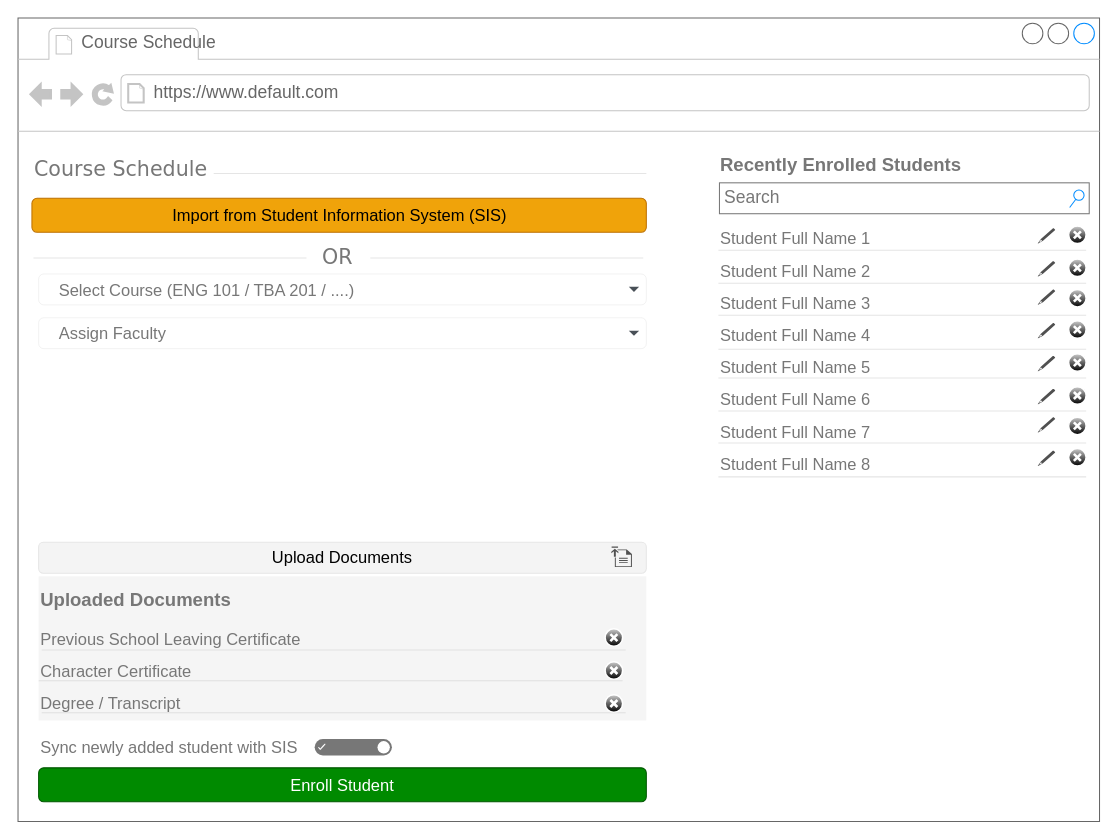
The draw.io diagram page "Course Schedule" (6 of 6) of 02 - LMS-SysCollege/04 - UI_Designs/WireFrame.drawio in ZohaibWaqarMalik/Technical-Business-Analyst-Projects, before the edit. Source tidied: cells renumbered, new cells numbered last; positions are measured from the earlier drawing's top-left corner, leaving out a move shared by most shapes. Both pictures are drawn from the tidied source at 103%, with x=0, y=0 at pixel (18, 18).
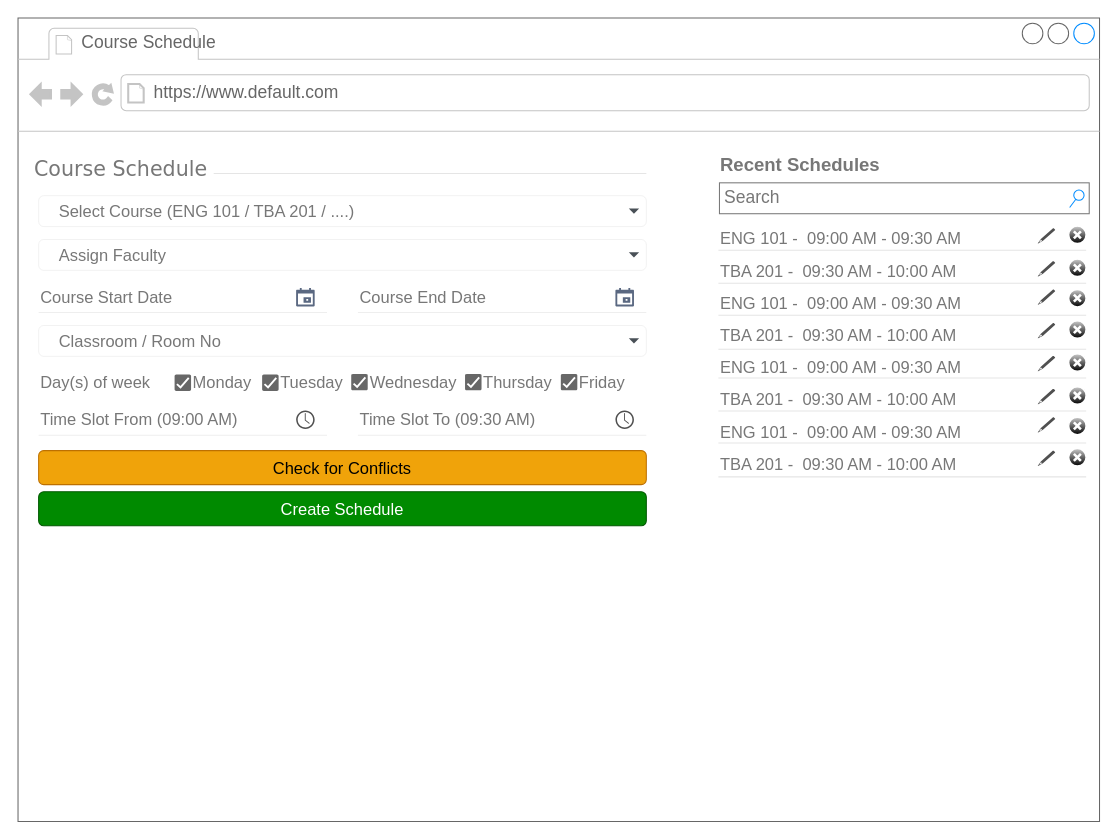
After the change.

Commit message (it also covers changes not shown here):
Update Wireframe Course Schedule

Unchanged cells that the change refers to:
```xml
<mxCell id="2" style="strokeWidth=1;shadow=0;dashed=0;align=center;html=1;shape=mxgraph.mockup.containers.browserWindow;rSize=0;strokeColor=#666666;mainText=,;rounded=0;labelBackgroundColor=none;fontFamily=Verdana;fontSize=12;" parent="1" vertex="1">
  <mxGeometry width="1050" height="780" as="geometry" />
</mxCell>
```

Diff of the diagram source:
```diff
@@
     <mxCell id="7" value="&lt;font style=&quot;font-size: 16px;&quot;&gt;Select Course (ENG 101 / TBA 201 / ....)&lt;/font&gt;" style="html=1;shadow=0;dashed=0;shape=mxgraph.bootstrap.rrect;rSize=5;strokeColor=#777777;strokeWidth=0;fillColor=#ffffff;fontColor=#777777;whiteSpace=wrap;align=left;verticalAlign=middle;fontStyle=0;fontSize=18;spacing=20;" parent="2" vertex="1">
-      <mxGeometry x="20" y="248.5" width="590" height="30" as="geometry" />
+      <mxGeometry x="20" y="172.5" width="590" height="30" as="geometry" />
     </mxCell>
@@
     <mxCell id="9" value="&lt;font style=&quot;font-size: 16px;&quot;&gt;Assign Faculty&lt;/font&gt;" style="html=1;shadow=0;dashed=0;shape=mxgraph.bootstrap.rrect;rSize=5;strokeColor=#777777;strokeWidth=0;fillColor=#ffffff;fontColor=#777777;whiteSpace=wrap;align=left;verticalAlign=middle;fontStyle=0;fontSize=18;spacing=20;" parent="2" vertex="1">
-      <mxGeometry x="20" y="291" width="590" height="30" as="geometry" />
+      <mxGeometry x="20" y="215" width="590" height="30" as="geometry" />
     </mxCell>
@@
-    <mxCell id="11" value="&lt;h1 style=&quot;margin-top: 0px;&quot;&gt;&lt;font style=&quot;font-size: 18px;&quot;&gt;Recently Enrolled Students&lt;/font&gt;&lt;/h1&gt;&lt;div&gt;&lt;font style=&quot;font-size: 18px;&quot;&gt;&lt;br&gt;&lt;/font&gt;&lt;/div&gt;&lt;p&gt;&lt;font style=&quot;font-size: 16px;&quot;&gt;&lt;span style=&quot;background-color: transparent; color: light-dark(rgb(119, 119, 119), rgb(135, 135, 135));&quot;&gt;Student Full Name 1&lt;/span&gt;&lt;/font&gt;&lt;/p&gt;&lt;p&gt;&lt;font style=&quot;font-size: 16px;&quot;&gt;&lt;span style=&quot;background-color: transparent; color: light-dark(rgb(119, 119, 119), rgb(135, 135, 135));&quot;&gt;Student Full Name&lt;/span&gt;&lt;span style=&quot;background-color: transparent; color: light-dark(rgb(119, 119, 119), rgb(135, 135, 135));&quot;&gt;&amp;nbsp;2&lt;/span&gt;&lt;/font&gt;&lt;/p&gt;&lt;p&gt;&lt;font style=&quot;font-size: 16px;&quot;&gt;&lt;span style=&quot;background-color: transparent; color: light-dark(rgb(119, 119, 119), rgb(135, 135, 135));&quot;&gt;Student Full Name&lt;/span&gt;&lt;span style=&quot;background-color: transparent; color: light-dark(rgb(119, 119, 119), rgb(135, 135, 135));&quot;&gt;&amp;nbsp;3&lt;/span&gt;&lt;br&gt;&lt;/font&gt;&lt;/p&gt;&lt;p&gt;&lt;font style=&quot;font-size: 16px;&quot;&gt;&lt;span style=&quot;background-color: transparent; color: light-dark(rgb(119, 119, 119), rgb(135, 135, 135));&quot;&gt;Student Full Name&lt;/span&gt;&lt;span style=&quot;background-color: transparent; color: light-dark(rgb(119, 119, 119), rgb(135, 135, 135));&quot;&gt;&amp;nbsp;4&lt;/span&gt;&lt;/font&gt;&lt;/p&gt;&lt;p&gt;&lt;font style=&quot;font-size: 16px;&quot;&gt;Student Full Name 5&lt;/font&gt;&lt;/p&gt;&lt;p&gt;&lt;font style=&quot;font-size: 16px;&quot;&gt;&lt;span style=&quot;background-color: transparent; color: light-dark(rgb(119, 119, 119), rgb(135, 135, 135));&quot;&gt;Student Full Name&lt;/span&gt;&lt;span style=&quot;background-color: transparent; color: light-dark(rgb(119, 119, 119), rgb(135, 135, 135));&quot;&gt;&amp;nbsp;6&lt;/span&gt;&lt;/font&gt;&lt;/p&gt;&lt;p&gt;&lt;font style=&quot;font-size: 16px;&quot;&gt;&lt;span style=&quot;background-color: transparent; color: light-dark(rgb(119, 119, 119), rgb(135, 135, 135));&quot;&gt;Student Full Name&lt;/span&gt;&lt;span style=&quot;background-color: transparent; color: light-dark(rgb(119, 119, 119), rgb(135, 135, 135));&quot;&gt;&amp;nbsp;7&lt;/span&gt;&lt;br&gt;&lt;/font&gt;&lt;/p&gt;&lt;p&gt;&lt;font style=&quot;font-size: 16px;&quot;&gt;&lt;/font&gt;&lt;/p&gt;&lt;p&gt;&lt;font style=&quot;font-size: 16px;&quot;&gt;&lt;span style=&quot;background-color: transparent; color: light-dark(rgb(119, 119, 119), rgb(135, 135, 135));&quot;&gt;Student Full Name&lt;/span&gt;&lt;span style=&quot;background-color: transparent; color: light-dark(rgb(119, 119, 119), rgb(135, 135, 135));&quot;&gt;&amp;nbsp;8&lt;/span&gt;&lt;/font&gt;&lt;/p&gt;&lt;p&gt;&lt;font style=&quot;font-size: 16px;&quot;&gt;&lt;span style=&quot;background-color: transparent; color: light-dark(rgb(119, 119, 119), rgb(135, 135, 135));&quot;&gt;&lt;br&gt;&lt;/span&gt;&lt;/font&gt;&lt;/p&gt;" style="text;html=1;whiteSpace=wrap;overflow=hidden;rounded=0;fontColor=#777777;" parent="2" vertex="1">
+    <mxCell id="11" value="&lt;h1 style=&quot;margin-top: 0px;&quot;&gt;&lt;font style=&quot;font-size: 18px;&quot;&gt;Recent Schedules&lt;/font&gt;&lt;/h1&gt;&lt;div&gt;&lt;font style=&quot;font-size: 18px;&quot;&gt;&lt;br&gt;&lt;/font&gt;&lt;/div&gt;&lt;p&gt;&lt;font style=&quot;font-size: 16px;&quot;&gt;&lt;span style=&quot;background-color: transparent; color: light-dark(rgb(119, 119, 119), rgb(135, 135, 135));&quot;&gt;ENG 101 -&amp;nbsp; 09:00 AM - 09:30 AM&lt;/span&gt;&lt;/font&gt;&lt;/p&gt;&lt;p&gt;&lt;span style=&quot;font-size: 16px;&quot;&gt;TBA 201 -&amp;nbsp; 09:30 AM - 10:00 AM&lt;/span&gt;&lt;/p&gt;&lt;p&gt;&lt;font style=&quot;font-size: 16px;&quot;&gt;&lt;/font&gt;&lt;/p&gt;&lt;p&gt;&lt;font style=&quot;font-size: 16px;&quot;&gt;ENG 101 -&amp;nbsp; 09:00 AM - 09:30 AM&lt;/font&gt;&lt;/p&gt;&lt;p&gt;&lt;span style=&quot;font-size: 16px;&quot;&gt;TBA 201 -&amp;nbsp; 09:30 AM - 10:00 AM&lt;/span&gt;&lt;/p&gt;&lt;p&gt;&lt;font style=&quot;font-size: 16px;&quot;&gt;ENG 101 -&amp;nbsp; 09:00 AM - 09:30 AM&lt;/font&gt;&lt;/p&gt;&lt;p&gt;&lt;span style=&quot;font-size: 16px;&quot;&gt;TBA 201 -&amp;nbsp; 09:30 AM - 10:00 AM&lt;/span&gt;&lt;/p&gt;&lt;p&gt;&lt;font style=&quot;font-size: 16px;&quot;&gt;ENG 101 -&amp;nbsp; 09:00 AM - 09:30 AM&lt;/font&gt;&lt;/p&gt;&lt;p&gt;&lt;font style=&quot;font-size: 16px;&quot;&gt;&lt;/font&gt;&lt;/p&gt;&lt;p&gt;&lt;span style=&quot;font-size: 16px;&quot;&gt;TBA 201 -&amp;nbsp; 09:30 AM - 10:00 AM&lt;/span&gt;&lt;/p&gt;&lt;p&gt;&lt;font style=&quot;font-size: 16px;&quot;&gt;&lt;span style=&quot;background-color: transparent; color: light-dark(rgb(119, 119, 119), rgb(135, 135, 135));&quot;&gt;&lt;br&gt;&lt;/span&gt;&lt;/font&gt;&lt;/p&gt;" style="text;html=1;whiteSpace=wrap;overflow=hidden;rounded=0;fontColor=#777777;" parent="2" vertex="1">
       <mxGeometry x="680" y="120" width="360" height="650" as="geometry" />
     </mxCell>
@@
-    <mxCell id="24" value="&lt;font style=&quot;font-size: 16px;&quot;&gt;Upload Documents&lt;/font&gt;" style="rounded=1;html=1;shadow=0;dashed=0;whiteSpace=wrap;fontSize=10;fillColor=#F4F4F4;align=center;strokeColor=#E6E6E6;fontColor=#000000;" parent="2" vertex="1">
-      <mxGeometry x="20" y="509" width="590" height="30" as="geometry" />
-    </mxCell>
-    <mxCell id="25" value="&lt;font style=&quot;font-size: 16px;&quot;&gt;Import from Student Information System (SIS)&lt;/font&gt;" style="rounded=1;fillColor=#f0a30a;strokeColor=#BD7000;html=1;whiteSpace=wrap;fontColor=#000000;align=center;verticalAlign=middle;fontStyle=0;fontSize=12;sketch=0;" parent="2" vertex="1">
-      <mxGeometry x="13.5" y="175" width="596.5" height="33" as="geometry" />
+    <mxCell id="25" value="&lt;font style=&quot;font-size: 16px;&quot;&gt;Check for Conflicts&lt;/font&gt;" style="rounded=1;fillColor=#f0a30a;strokeColor=#BD7000;html=1;whiteSpace=wrap;fontColor=#000000;align=center;verticalAlign=middle;fontStyle=0;fontSize=12;sketch=0;" parent="2" vertex="1">
+      <mxGeometry x="20" y="420" width="590" height="33" as="geometry" />
     </mxCell>
-    <mxCell id="26" value="&lt;font style=&quot;font-size: 16px;&quot;&gt;Enroll Student&lt;/font&gt;" style="rounded=1;fillColor=#008a00;strokeColor=#005700;html=1;whiteSpace=wrap;fontColor=#ffffff;align=center;verticalAlign=middle;fontStyle=0;fontSize=12;sketch=0;" parent="2" vertex="1">
-      <mxGeometry x="20" y="728" width="590" height="33" as="geometry" />
+    <mxCell id="26" value="&lt;font style=&quot;font-size: 16px;&quot;&gt;Create Schedule&lt;/font&gt;" style="rounded=1;fillColor=#008a00;strokeColor=#005700;html=1;whiteSpace=wrap;fontColor=#ffffff;align=center;verticalAlign=middle;fontStyle=0;fontSize=12;sketch=0;" parent="2" vertex="1">
+      <mxGeometry x="20" y="460" width="590" height="33" as="geometry" />
     </mxCell>
-    <mxCell id="27" value="&lt;font style=&quot;font-size: 20px;&quot;&gt;OR&lt;/font&gt;" style="text;html=1;align=center;verticalAlign=middle;spacingTop=-4;fontSize=30;fontFamily=Verdana;fontColor=#777777;" parent="2" vertex="1">
-      <mxGeometry x="15" y="215" width="590" height="30" as="geometry" />
-    </mxCell>
-    <mxCell id="28" style="dashed=0;shape=line;strokeWidth=1;noLabel=1;strokeColor=#cccccc;opacity=50;fontSize=14;" parent="2" vertex="1">
-      <mxGeometry x="15" y="228" width="265" height="10" as="geometry" />
-    </mxCell>
-    <mxCell id="29" style="dashed=0;shape=line;strokeWidth=1;noLabel=1;strokeColor=#cccccc;opacity=50;fontSize=14;" parent="2" vertex="1">
-      <mxGeometry x="342" y="228" width="265" height="10" as="geometry" />
-    </mxCell>
-    <mxCell id="30" style="sketch=0;shadow=0;dashed=0;html=1;strokeColor=none;fillColor=#505050;labelPosition=center;verticalLabelPosition=bottom;verticalAlign=top;align=center;shape=mxgraph.office.concepts.upload;" parent="2" vertex="1">
-      <mxGeometry x="576" y="513" width="20" height="20" as="geometry" />
-    </mxCell>
-    <mxCell id="31" value="&lt;h1 style=&quot;margin-top: 0px;&quot;&gt;&lt;font style=&quot;font-size: 18px; color: rgb(119, 119, 119);&quot;&gt;Uploaded Documents&lt;/font&gt;&lt;/h1&gt;&lt;p&gt;&lt;font style=&quot;font-size: 16px; color: rgb(119, 119, 119);&quot;&gt;&lt;span style=&quot;background-color: transparent;&quot;&gt;Previous School Leaving Certificate&lt;/span&gt;&lt;/font&gt;&lt;/p&gt;&lt;p&gt;&lt;span style=&quot;font-size: 16px;&quot;&gt;&lt;font style=&quot;color: rgb(119, 119, 119);&quot;&gt;Character Certificate&lt;/font&gt;&lt;/span&gt;&lt;/p&gt;&lt;p&gt;&lt;span style=&quot;font-size: 16px;&quot;&gt;&lt;font style=&quot;color: rgb(119, 119, 119);&quot;&gt;Degree / Transcript&lt;/font&gt;&lt;/span&gt;&lt;/p&gt;" style="text;html=1;whiteSpace=wrap;overflow=hidden;rounded=0;fillColor=#f5f5f5;strokeColor=none;fontColor=#333333;" parent="2" vertex="1">
-      <mxGeometry x="20" y="542" width="590" height="140" as="geometry" />
-    </mxCell>
-    <mxCell id="32" style="dashed=0;shape=line;strokeWidth=1;noLabel=1;strokeColor=#cccccc;opacity=50;fontSize=14;" parent="2" vertex="1">
-      <mxGeometry x="23" y="613" width="567" height="1" as="geometry" />
-    </mxCell>
-    <mxCell id="33" style="dashed=0;shape=line;strokeWidth=1;noLabel=1;strokeColor=#cccccc;opacity=50;fontSize=14;" parent="2" vertex="1">
-      <mxGeometry x="20" y="643" width="567" height="1" as="geometry" />
-    </mxCell>
-    <mxCell id="34" style="dashed=0;shape=line;strokeWidth=1;noLabel=1;strokeColor=#cccccc;opacity=50;fontSize=14;" parent="2" vertex="1">
-      <mxGeometry x="23" y="674" width="567" height="1" as="geometry" />
-    </mxCell>
-    <mxCell id="35" style="verticalLabelPosition=bottom;verticalAlign=top;html=1;shadow=0;dashed=0;strokeWidth=1;shape=mxgraph.ios.iDeleteApp;fillColor=#cccccc;fillColor2=#000000;strokeColor=#ffffff;sketch=0;" parent="2" vertex="1">
-      <mxGeometry x="570" y="593" width="17" height="17" as="geometry" />
-    </mxCell>
-    <mxCell id="36" style="verticalLabelPosition=bottom;verticalAlign=top;html=1;shadow=0;dashed=0;strokeWidth=1;shape=mxgraph.ios.iDeleteApp;fillColor=#cccccc;fillColor2=#000000;strokeColor=#ffffff;sketch=0;" parent="2" vertex="1">
-      <mxGeometry x="570" y="625" width="17" height="17" as="geometry" />
-    </mxCell>
-    <mxCell id="37" style="verticalLabelPosition=bottom;verticalAlign=top;html=1;shadow=0;dashed=0;strokeWidth=1;shape=mxgraph.ios.iDeleteApp;fillColor=#cccccc;fillColor2=#000000;strokeColor=#ffffff;sketch=0;" parent="2" vertex="1">
-      <mxGeometry x="570" y="657" width="17" height="17" as="geometry" />
-    </mxCell>
@@
-    <mxCell id="51" style="fillColor=#777777;strokeColor=none;rounded=1;arcSize=50;sketch=0;hachureGap=4;fontFamily=Architects Daughter;fontSize=20;" parent="2" vertex="1">
-      <mxGeometry x="288" y="700" width="75" height="16" as="geometry" />
-    </mxCell>
-    <mxCell id="52" style="shape=ellipse;strokeColor=none;fillColor=#ffffff;sketch=0;hachureGap=4;fontFamily=Architects Daughter;fontSize=20;" parent="51" vertex="1">
-      <mxGeometry x="1" y="0.5" width="12" height="12" relative="1" as="geometry">
-        <mxPoint x="-14" y="-6" as="offset" />
-      </mxGeometry>
-    </mxCell>
-    <mxCell id="53" style="html=1;shadow=0;dashed=0;shape=mxgraph.atlassian.check;strokeColor=#ffffff;sketch=1;hachureGap=4;fontFamily=Architects Daughter;fontSize=20;" parent="51" vertex="1">
-      <mxGeometry y="0.5" width="6" height="5" relative="1" as="geometry">
-        <mxPoint x="4" y="-3" as="offset" />
-      </mxGeometry>
-    </mxCell>
-    <mxCell id="54" value="Sync newly added student with SIS" style="text;fontSize=16;verticalAlign=middle;strokeColor=none;fillColor=none;whiteSpace=wrap;html=1;fontColor=#777777;" parent="2" vertex="1">
-      <mxGeometry x="20" y="693" width="260" height="30" as="geometry" />
-    </mxCell>
+    <mxCell id="55" value="Course Start Date" style="text;fontSize=16;verticalAlign=middle;strokeColor=none;fillColor=none;whiteSpace=wrap;html=1;fontColor=#777777;" parent="2" vertex="1">
+      <mxGeometry x="20" y="256" width="280" height="30" as="geometry" />
+    </mxCell>
+    <mxCell id="56" style="dashed=0;shape=line;strokeWidth=1;noLabel=1;strokeColor=#eeeeee;" parent="2" vertex="1">
+      <mxGeometry x="20" y="281" width="280" height="10" as="geometry" />
+    </mxCell>
+    <mxCell id="57" style="shape=mxgraph.gmdl.calendar;fillColor=#5A6881;strokeColor=none;sketch=0;hachureGap=4;fontFamily=Architects Daughter;fontSize=20;" parent="2" vertex="1">
+      <mxGeometry x="270" y="262" width="18" height="18" as="geometry" />
+    </mxCell>
+    <mxCell id="58" value="Course End Date" style="text;fontSize=16;verticalAlign=middle;strokeColor=none;fillColor=none;whiteSpace=wrap;html=1;fontColor=#777777;" parent="2" vertex="1">
+      <mxGeometry x="330" y="256" width="280" height="30" as="geometry" />
+    </mxCell>
+    <mxCell id="59" style="dashed=0;shape=line;strokeWidth=1;noLabel=1;strokeColor=#eeeeee;" parent="2" vertex="1">
+      <mxGeometry x="330" y="281" width="280" height="10" as="geometry" />
+    </mxCell>
+    <mxCell id="60" style="shape=mxgraph.gmdl.calendar;fillColor=#5A6881;strokeColor=none;sketch=0;hachureGap=4;fontFamily=Architects Daughter;fontSize=20;" parent="2" vertex="1">
+      <mxGeometry x="580" y="262" width="18" height="18" as="geometry" />
+    </mxCell>
+    <mxCell id="61" value="Day(s) of week" style="text;fontSize=16;verticalAlign=middle;strokeColor=none;fillColor=none;whiteSpace=wrap;html=1;fontColor=#777777;" parent="2" vertex="1">
+      <mxGeometry x="20" y="338.5" width="120" height="30" as="geometry" />
+    </mxCell>
+    <mxCell id="62" value="&lt;font style=&quot;color: rgb(119, 119, 119);&quot; face=&quot;Helvetica&quot;&gt;Monday&lt;/font&gt;" style="dashed=0;labelPosition=right;align=left;shape=mxgraph.gmdl.checkbox;strokeColor=none;fillColor=#676767;strokeWidth=2;sketch=0;html=1;fontSize=16;" parent="2" vertex="1">
+      <mxGeometry x="152" y="346" width="16" height="16" as="geometry" />
+    </mxCell>
+    <mxCell id="63" value="&lt;font style=&quot;color: rgb(119, 119, 119);&quot; face=&quot;Helvetica&quot;&gt;Tuesday&lt;/font&gt;" style="dashed=0;labelPosition=right;align=left;shape=mxgraph.gmdl.checkbox;strokeColor=none;fillColor=#676767;strokeWidth=2;sketch=0;html=1;fontSize=16;" parent="2" vertex="1">
+      <mxGeometry x="237" y="346" width="16" height="16" as="geometry" />
+    </mxCell>
+    <mxCell id="64" value="&lt;font style=&quot;color: rgb(119, 119, 119);&quot; face=&quot;Helvetica&quot;&gt;Wednesday&lt;/font&gt;" style="dashed=0;labelPosition=right;align=left;shape=mxgraph.gmdl.checkbox;strokeColor=none;fillColor=#676767;strokeWidth=2;sketch=0;html=1;fontSize=16;" parent="2" vertex="1">
+      <mxGeometry x="323.5" y="345.5" width="16" height="16" as="geometry" />
+    </mxCell>
+    <mxCell id="65" value="&lt;font style=&quot;color: rgb(119, 119, 119);&quot; face=&quot;Helvetica&quot;&gt;Thursday&lt;/font&gt;" style="dashed=0;labelPosition=right;align=left;shape=mxgraph.gmdl.checkbox;strokeColor=none;fillColor=#676767;strokeWidth=2;sketch=0;html=1;fontSize=16;" parent="2" vertex="1">
+      <mxGeometry x="434" y="345.5" width="16" height="16" as="geometry" />
+    </mxCell>
+    <mxCell id="66" value="&lt;font style=&quot;color: rgb(119, 119, 119);&quot; face=&quot;Helvetica&quot;&gt;Friday&lt;/font&gt;" style="dashed=0;labelPosition=right;align=left;shape=mxgraph.gmdl.checkbox;strokeColor=none;fillColor=#676767;strokeWidth=2;sketch=0;html=1;fontSize=16;" parent="2" vertex="1">
+      <mxGeometry x="527" y="345.5" width="16" height="16" as="geometry" />
+    </mxCell>
+    <mxCell id="67" value="&lt;font style=&quot;font-size: 16px;&quot;&gt;Classroom / Room No&lt;/font&gt;" style="html=1;shadow=0;dashed=0;shape=mxgraph.bootstrap.rrect;rSize=5;strokeColor=#777777;strokeWidth=0;fillColor=#ffffff;fontColor=#777777;whiteSpace=wrap;align=left;verticalAlign=middle;fontStyle=0;fontSize=18;spacing=20;" parent="2" vertex="1">
+      <mxGeometry x="20" y="298.5" width="590" height="30" as="geometry" />
+    </mxCell>
+    <mxCell id="68" style="shape=triangle;direction=south;fillColor=#495057;strokeColor=none;perimeter=none;" parent="67" vertex="1">
+      <mxGeometry x="1" y="0.5" width="10" height="5" relative="1" as="geometry">
+        <mxPoint x="-17" y="-2.5" as="offset" />
+      </mxGeometry>
+    </mxCell>
+    <mxCell id="69" value="Time Slot From (09:00 AM)" style="text;fontSize=16;verticalAlign=middle;strokeColor=none;fillColor=none;whiteSpace=wrap;html=1;fontColor=#777777;" parent="2" vertex="1">
+      <mxGeometry x="20" y="375" width="280" height="30" as="geometry" />
+    </mxCell>
+    <mxCell id="70" style="dashed=0;shape=line;strokeWidth=1;noLabel=1;strokeColor=#eeeeee;" parent="2" vertex="1">
+      <mxGeometry x="20" y="400" width="280" height="10" as="geometry" />
+    </mxCell>
+    <mxCell id="71" value="Time Slot To (09:30 AM)" style="text;fontSize=16;verticalAlign=middle;strokeColor=none;fillColor=none;whiteSpace=wrap;html=1;fontColor=#777777;" parent="2" vertex="1">
+      <mxGeometry x="330" y="375" width="280" height="30" as="geometry" />
+    </mxCell>
+    <mxCell id="72" style="dashed=0;shape=line;strokeWidth=1;noLabel=1;strokeColor=#eeeeee;" parent="2" vertex="1">
+      <mxGeometry x="330" y="400" width="280" height="10" as="geometry" />
+    </mxCell>
+    <mxCell id="73" style="sketch=0;shadow=0;dashed=0;html=1;strokeColor=none;fillColor=#505050;labelPosition=center;verticalLabelPosition=bottom;verticalAlign=top;align=center;shape=mxgraph.office.concepts.clock;" parent="2" vertex="1">
+      <mxGeometry x="270" y="381" width="18" height="18" as="geometry" />
+    </mxCell>
+    <mxCell id="74" style="sketch=0;shadow=0;dashed=0;html=1;strokeColor=none;fillColor=#505050;labelPosition=center;verticalLabelPosition=bottom;verticalAlign=top;align=center;shape=mxgraph.office.concepts.clock;" parent="2" vertex="1">
+      <mxGeometry x="580" y="381" width="18" height="18" as="geometry" />
+    </mxCell>
```
